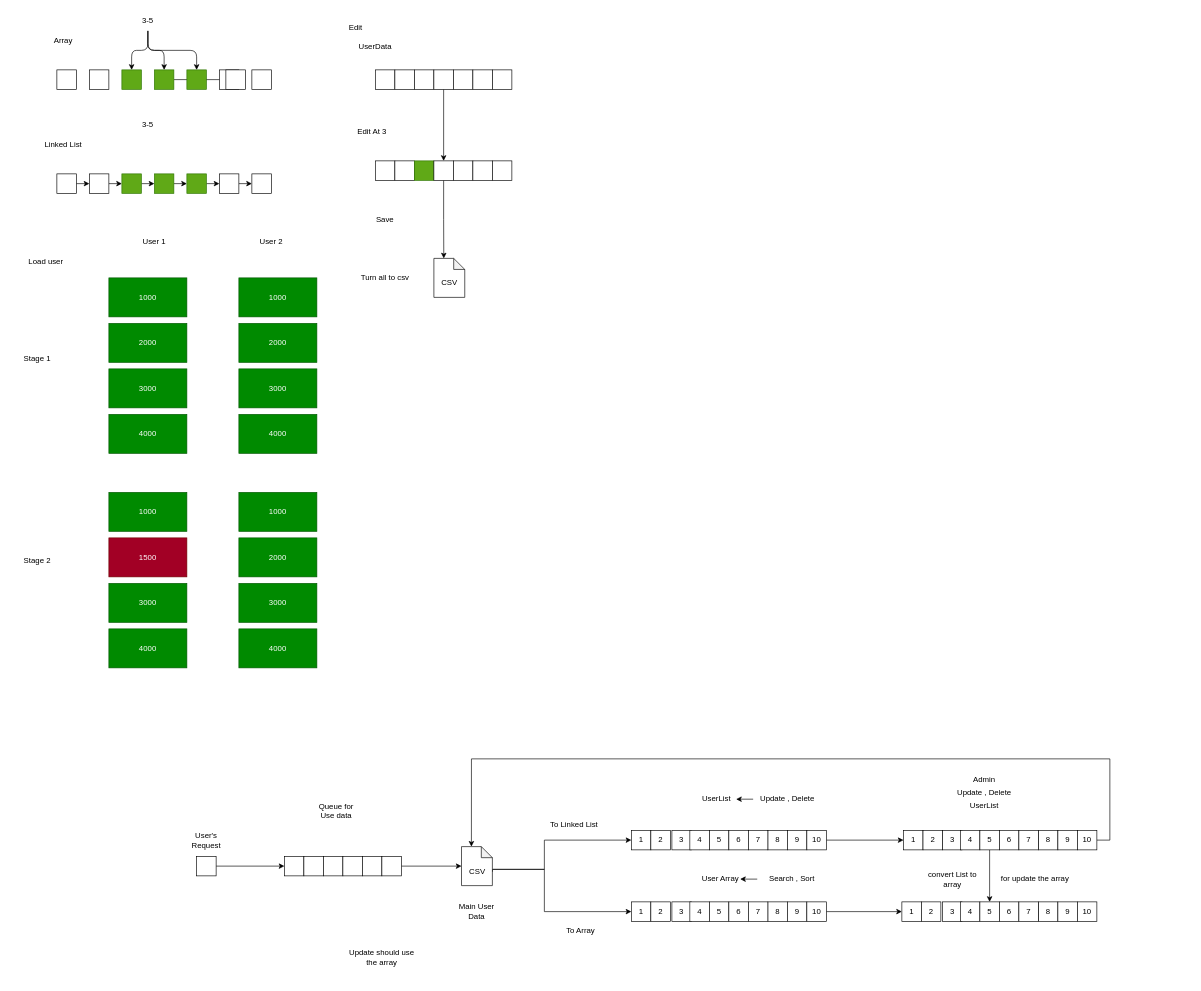
Before: idea.drawio in CaptzDevs/terminalATM, a draw.io diagram. Source tidied: cells renumbered, new cells numbered last; positions are measured from the earlier drawing's top-left corner, leaving out a move shared by most shapes. Both pictures are drawn from the tidied source at 65%, with x=0, y=0 at pixel (11, 11).
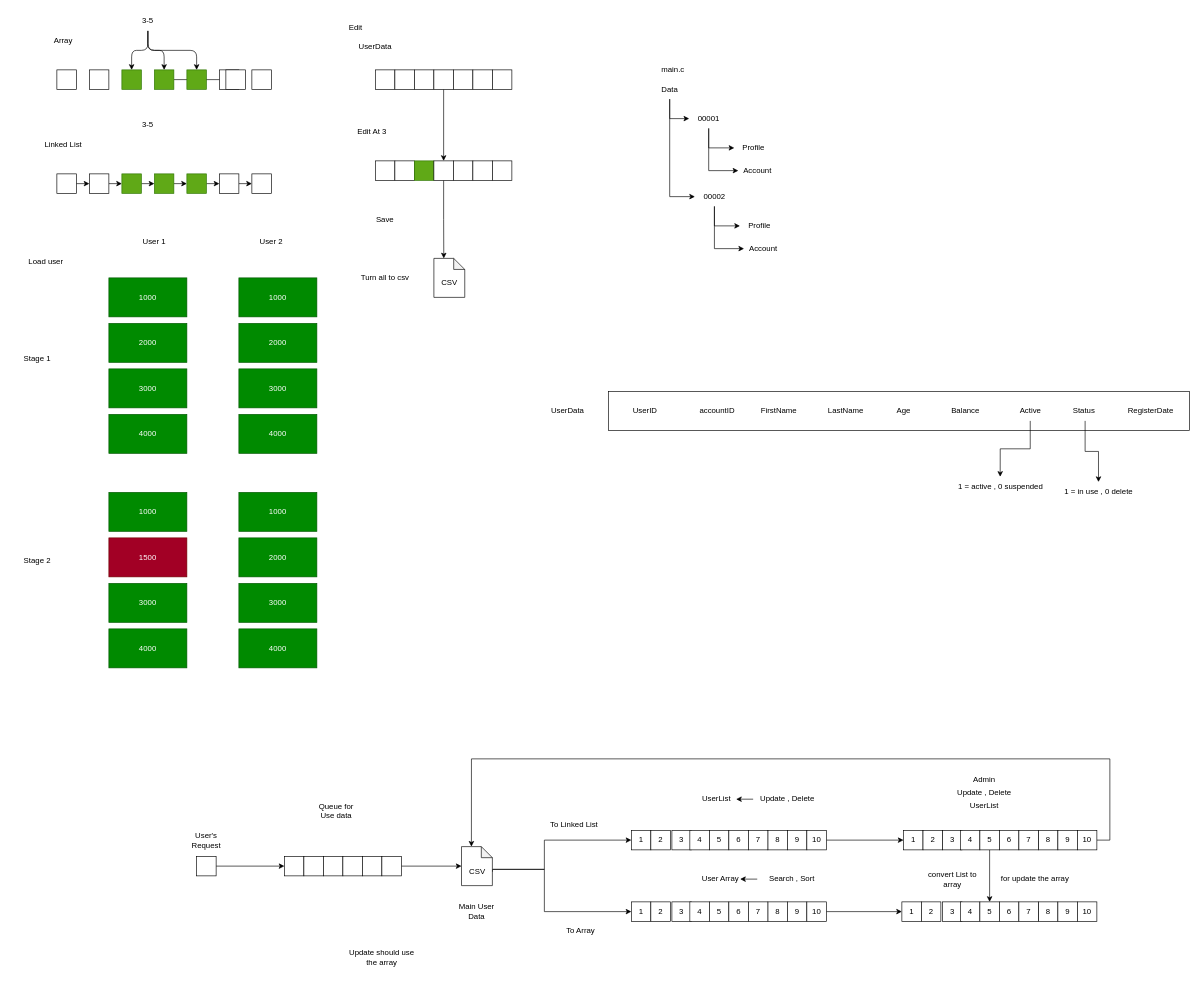
The same page after the edit.

Commit message (it also covers changes not shown here):
NEW : Suspended and Disabled card , CHANGE : Move user data to Data dir

The edit, as a diff of the source:
```diff
@@
+    <mxCell id="148" style="rounded=0;whiteSpace=wrap;html=1;" parent="1" vertex="1">
+      <mxGeometry x="918.8" y="585" width="893.8" height="60" as="geometry" />
+    </mxCell>
@@
+    <mxCell id="149" value="UserID" style="text;strokeColor=none;align=center;fillColor=none;html=1;verticalAlign=middle;whiteSpace=wrap;rounded=0;" parent="1" vertex="1">
+      <mxGeometry x="945" y="600" width="60" height="30" as="geometry" />
+    </mxCell>
+    <mxCell id="150" value="FirstName" style="text;strokeColor=none;align=center;fillColor=none;html=1;verticalAlign=middle;whiteSpace=wrap;rounded=0;" parent="1" vertex="1">
+      <mxGeometry x="1151.2" y="600" width="60" height="30" as="geometry" />
+    </mxCell>
+    <mxCell id="151" value="LastName" style="text;strokeColor=none;align=center;fillColor=none;html=1;verticalAlign=middle;whiteSpace=wrap;rounded=0;" parent="1" vertex="1">
+      <mxGeometry x="1253.8" y="600" width="60" height="30" as="geometry" />
+    </mxCell>
+    <mxCell id="152" value="Age" style="text;strokeColor=none;align=center;fillColor=none;html=1;verticalAlign=middle;whiteSpace=wrap;rounded=0;" parent="1" vertex="1">
+      <mxGeometry x="1342.5" y="600" width="60" height="30" as="geometry" />
+    </mxCell>
+    <mxCell id="153" value="accountID" style="text;strokeColor=none;align=center;fillColor=none;html=1;verticalAlign=middle;whiteSpace=wrap;rounded=0;" parent="1" vertex="1">
+      <mxGeometry x="1056.2" y="600" width="60" height="30" as="geometry" />
+    </mxCell>
+    <mxCell id="154" value="Balance" style="text;strokeColor=none;align=center;fillColor=none;html=1;verticalAlign=middle;whiteSpace=wrap;rounded=0;" parent="1" vertex="1">
+      <mxGeometry x="1437.5" y="600" width="60" height="30" as="geometry" />
+    </mxCell>
+    <mxCell id="155" style="edgeStyle=orthogonalEdgeStyle;rounded=0;jettySize=auto;html=1;exitX=0.5;exitY=1;exitDx=0;exitDy=0;entryX=0.5;entryY=0;entryDx=0;entryDy=0;" parent="1" edge="1" source="156" target="175">
+      <mxGeometry relative="1" as="geometry" />
+    </mxCell>
+    <mxCell id="156" value="Active" style="text;strokeColor=none;align=center;fillColor=none;html=1;verticalAlign=middle;whiteSpace=wrap;rounded=0;" parent="1" vertex="1">
+      <mxGeometry x="1522.5" y="600" width="90" height="30" as="geometry" />
+    </mxCell>
+    <mxCell id="157" style="edgeStyle=orthogonalEdgeStyle;rounded=0;jettySize=auto;html=1;exitX=0.5;exitY=1;exitDx=0;exitDy=0;entryX=0;entryY=0.5;entryDx=0;entryDy=0;" parent="1" edge="1" source="159" target="160">
+      <mxGeometry relative="1" as="geometry" />
+    </mxCell>
+    <mxCell id="158" style="edgeStyle=orthogonalEdgeStyle;rounded=0;jettySize=auto;html=1;exitX=0.5;exitY=1;exitDx=0;exitDy=0;entryX=0;entryY=0.5;entryDx=0;entryDy=0;" parent="1" edge="1" source="159" target="161">
+      <mxGeometry relative="1" as="geometry" />
+    </mxCell>
+    <mxCell id="159" value="00001" style="text;strokeColor=none;align=center;fillColor=none;html=1;verticalAlign=middle;whiteSpace=wrap;rounded=0;" parent="1" vertex="1">
+      <mxGeometry x="1042.8" y="150" width="60" height="30" as="geometry" />
+    </mxCell>
+    <mxCell id="160" value="Profile" style="text;strokeColor=none;align=center;fillColor=none;html=1;verticalAlign=middle;whiteSpace=wrap;rounded=0;" parent="1" vertex="1">
+      <mxGeometry x="1112.2" y="195" width="60" height="30" as="geometry" />
+    </mxCell>
+    <mxCell id="161" value="Account" style="text;strokeColor=none;align=center;fillColor=none;html=1;verticalAlign=middle;whiteSpace=wrap;rounded=0;" parent="1" vertex="1">
+      <mxGeometry x="1118.4" y="230" width="60" height="30" as="geometry" />
+    </mxCell>
+    <mxCell id="162" style="edgeStyle=orthogonalEdgeStyle;rounded=0;jettySize=auto;html=1;exitX=0.5;exitY=1;exitDx=0;exitDy=0;entryX=0;entryY=0.5;entryDx=0;entryDy=0;" parent="1" edge="1" source="164" target="159">
+      <mxGeometry relative="1" as="geometry" />
+    </mxCell>
+    <mxCell id="163" style="edgeStyle=orthogonalEdgeStyle;rounded=0;jettySize=auto;html=1;exitX=0.5;exitY=1;exitDx=0;exitDy=0;entryX=0;entryY=0.5;entryDx=0;entryDy=0;" parent="1" edge="1" source="164" target="168">
+      <mxGeometry relative="1" as="geometry" />
+    </mxCell>
+    <mxCell id="164" value="Data" style="text;strokeColor=none;align=center;fillColor=none;html=1;verticalAlign=middle;whiteSpace=wrap;rounded=0;" parent="1" vertex="1">
+      <mxGeometry x="982.8" y="105" width="60" height="30" as="geometry" />
+    </mxCell>
+    <mxCell id="165" value="main.c" style="text;strokeColor=none;align=center;fillColor=none;html=1;verticalAlign=middle;whiteSpace=wrap;rounded=0;" parent="1" vertex="1">
+      <mxGeometry x="987.8" y="75" width="60" height="30" as="geometry" />
+    </mxCell>
+    <mxCell id="166" style="edgeStyle=orthogonalEdgeStyle;rounded=0;jettySize=auto;html=1;exitX=0.5;exitY=1;exitDx=0;exitDy=0;entryX=0;entryY=0.5;entryDx=0;entryDy=0;" parent="1" edge="1" source="168" target="169">
+      <mxGeometry relative="1" as="geometry" />
+    </mxCell>
+    <mxCell id="167" style="edgeStyle=orthogonalEdgeStyle;rounded=0;jettySize=auto;html=1;exitX=0.5;exitY=1;exitDx=0;exitDy=0;entryX=0;entryY=0.5;entryDx=0;entryDy=0;" parent="1" edge="1" source="168" target="170">
+      <mxGeometry relative="1" as="geometry" />
+    </mxCell>
+    <mxCell id="168" value="00002" style="text;strokeColor=none;align=center;fillColor=none;html=1;verticalAlign=middle;whiteSpace=wrap;rounded=0;" parent="1" vertex="1">
+      <mxGeometry x="1051.6" y="270" width="60" height="30" as="geometry" />
+    </mxCell>
+    <mxCell id="169" value="Profile" style="text;strokeColor=none;align=center;fillColor=none;html=1;verticalAlign=middle;whiteSpace=wrap;rounded=0;" parent="1" vertex="1">
+      <mxGeometry x="1120.9" y="315" width="60" height="30" as="geometry" />
+    </mxCell>
+    <mxCell id="170" value="Account" style="text;strokeColor=none;align=center;fillColor=none;html=1;verticalAlign=middle;whiteSpace=wrap;rounded=0;" parent="1" vertex="1">
+      <mxGeometry x="1127.2" y="350" width="60" height="30" as="geometry" />
+    </mxCell>
+    <mxCell id="171" value="UserData" style="text;strokeColor=none;align=center;fillColor=none;html=1;verticalAlign=middle;whiteSpace=wrap;rounded=0;" parent="1" vertex="1">
+      <mxGeometry x="826.2" y="600" width="60" height="30" as="geometry" />
+    </mxCell>
+    <mxCell id="172" style="edgeStyle=orthogonalEdgeStyle;rounded=0;jettySize=auto;html=1;exitX=0.5;exitY=1;exitDx=0;exitDy=0;" parent="1" edge="1" source="173" target="174">
+      <mxGeometry relative="1" as="geometry" />
+    </mxCell>
+    <mxCell id="173" value="Status&amp;nbsp;" style="text;strokeColor=none;align=center;fillColor=none;html=1;verticalAlign=middle;whiteSpace=wrap;rounded=0;" parent="1" vertex="1">
+      <mxGeometry x="1606.9" y="600" width="90" height="30" as="geometry" />
+    </mxCell>
+    <mxCell id="174" value="1 = in use , 0 delete" style="text;strokeColor=none;align=center;fillColor=none;html=1;verticalAlign=middle;whiteSpace=wrap;rounded=0;" parent="1" vertex="1">
+      <mxGeometry x="1612.5" y="724" width="120" height="30" as="geometry" />
+    </mxCell>
+    <mxCell id="175" value="1 = active , 0 suspended" style="text;strokeColor=none;align=center;fillColor=none;html=1;verticalAlign=middle;whiteSpace=wrap;rounded=0;" parent="1" vertex="1">
+      <mxGeometry x="1437.5" y="716" width="167.5" height="30" as="geometry" />
+    </mxCell>
+    <mxCell id="176" value="RegisterDate" style="text;strokeColor=none;align=center;fillColor=none;html=1;verticalAlign=middle;whiteSpace=wrap;rounded=0;" parent="1" vertex="1">
+      <mxGeometry x="1722.5" y="600" width="60" height="30" as="geometry" />
+    </mxCell>
```
